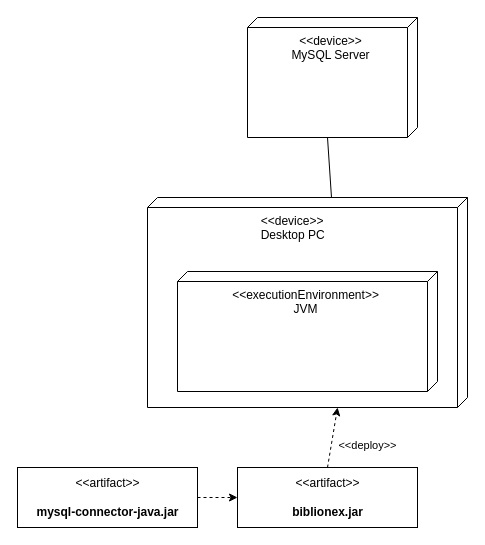
Earlier version of the draw.io diagram page "2-tier" (1 of 2) of docs/assets/uml-deployment-diagram.drawio (creme332/biblionex). Source tidied: cells renumbered, new cells numbered last; positions are measured from the earlier drawing's top-left corner, leaving out a move shared by most shapes. Both pictures are drawn from the tidied source at 100%, with x=0, y=0 at pixel (17, 17).
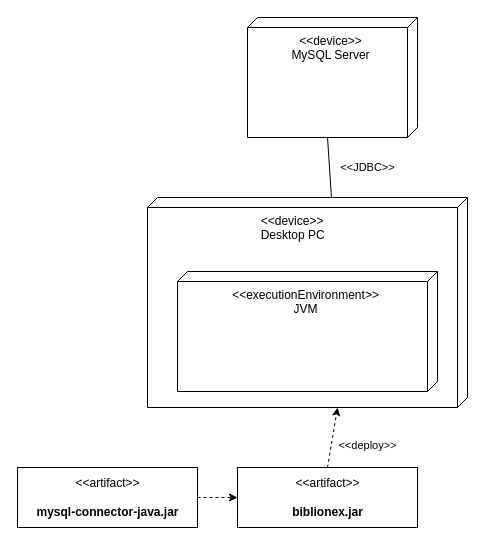
After the change.

Commit message:
rework deployment diagram

The edit, as a diff of the source:
```diff
@@
 <mxGraphModel>
   <root>
     <mxCell id="0" />
     <mxCell id="1" parent="0" />
     <mxCell id="2" value="&lt;span style=&quot;white-space: pre;&quot;&gt;&#9;&lt;span style=&quot;white-space: pre;&quot;&gt;&#9;&lt;/span&gt;&lt;span style=&quot;white-space: pre;&quot;&gt;&#9;&lt;/span&gt;&lt;span style=&quot;white-space: pre;&quot;&gt;&#9;&lt;/span&gt;&lt;/span&gt;&amp;lt;&amp;lt;device&amp;gt;&amp;gt;&lt;br&gt;&lt;span style=&quot;white-space: pre;&quot;&gt;&#9;&lt;/span&gt;&lt;span style=&quot;white-space: pre;&quot;&gt;&#9;&lt;/span&gt;&lt;span style=&quot;white-space: pre;&quot;&gt;&#9;&lt;/span&gt;&lt;span style=&quot;white-space: pre;&quot;&gt;&#9;&lt;/span&gt;Desktop PC" style="verticalAlign=top;align=left;shape=cube;size=10;direction=south;fontStyle=0;html=1;boundedLbl=1;spacingLeft=5;" parent="1" vertex="1">
       <mxGeometry x="130" y="180" width="320" height="210" as="geometry" />
     </mxCell>
     <mxCell id="3" value="&amp;lt;&amp;lt;executionEnvironment&amp;gt;&amp;gt;&lt;br&gt;JVM" style="verticalAlign=top;align=center;shape=cube;size=10;direction=south;html=1;boundedLbl=1;spacingLeft=5;" parent="2" vertex="1">
       <mxGeometry width="260" height="120" relative="1" as="geometry">
         <mxPoint x="30" y="74" as="offset" />
       </mxGeometry>
     </mxCell>
     <mxCell id="4" style="edgeStyle=none;html=1;exitX=0.5;exitY=0;exitDx=0;exitDy=0;entryX=1;entryY=0.406;entryDx=0;entryDy=0;entryPerimeter=0;dashed=1;" parent="1" edge="1" source="6" target="2">
       <mxGeometry relative="1" as="geometry" />
     </mxCell>
     <mxCell id="5" value="&amp;lt;&amp;lt;deploy&amp;gt;&amp;gt;" style="edgeLabel;html=1;align=center;verticalAlign=middle;" parent="4" vertex="1">
       <mxGeometry x="-0.24" y="1" relative="1" as="geometry">
         <mxPoint x="37" as="offset" />
       </mxGeometry>
     </mxCell>
     <mxCell id="6" value="&amp;lt;&amp;lt;artifact&amp;gt;&amp;gt;&lt;br&gt;&lt;br&gt;&lt;b&gt;biblionex.jar&lt;/b&gt;" style="html=1;align=center;verticalAlign=middle;dashed=0;" parent="1" vertex="1">
       <mxGeometry x="220" y="450" width="180" height="60" as="geometry" />
     </mxCell>
     <mxCell id="7" style="edgeStyle=none;html=1;exitX=1;exitY=0.5;exitDx=0;exitDy=0;entryX=0;entryY=0.5;entryDx=0;entryDy=0;dashed=1;" parent="1" edge="1" source="8" target="6">
       <mxGeometry relative="1" as="geometry" />
     </mxCell>
     <mxCell id="8" value="&amp;lt;&amp;lt;artifact&amp;gt;&amp;gt;&lt;br&gt;&lt;br&gt;&lt;b&gt;mysql-connector-java.jar&lt;/b&gt;" style="html=1;align=center;verticalAlign=middle;dashed=0;" parent="1" vertex="1">
       <mxGeometry y="450" width="180" height="60" as="geometry" />
     </mxCell>
     <mxCell id="9" style="edgeStyle=none;html=1;exitX=0;exitY=0;exitDx=120;exitDy=90;exitPerimeter=0;entryX=0.001;entryY=0.425;entryDx=0;entryDy=0;entryPerimeter=0;endArrow=none;endFill=0;" parent="1" edge="1" source="10" target="2">
       <mxGeometry relative="1" as="geometry" />
     </mxCell>
+    <mxCell id="11" value="&amp;lt;&amp;lt;JDBC&amp;gt;&amp;gt;" style="edgeLabel;html=1;align=center;verticalAlign=middle;" parent="9" vertex="1">
+      <mxGeometry x="0.29" y="-1" relative="1" as="geometry">
+        <mxPoint x="38" y="-9" as="offset" />
+      </mxGeometry>
+    </mxCell>
     <mxCell id="10" value="&amp;lt;&amp;lt;device&amp;gt;&amp;gt;&lt;br&gt;MySQL Server" style="verticalAlign=top;align=center;shape=cube;size=10;direction=south;html=1;boundedLbl=1;spacingLeft=5;" parent="1" vertex="1">
       <mxGeometry x="230" width="170" height="120" as="geometry" />
     </mxCell>
   </root>
 </mxGraphModel>
```
